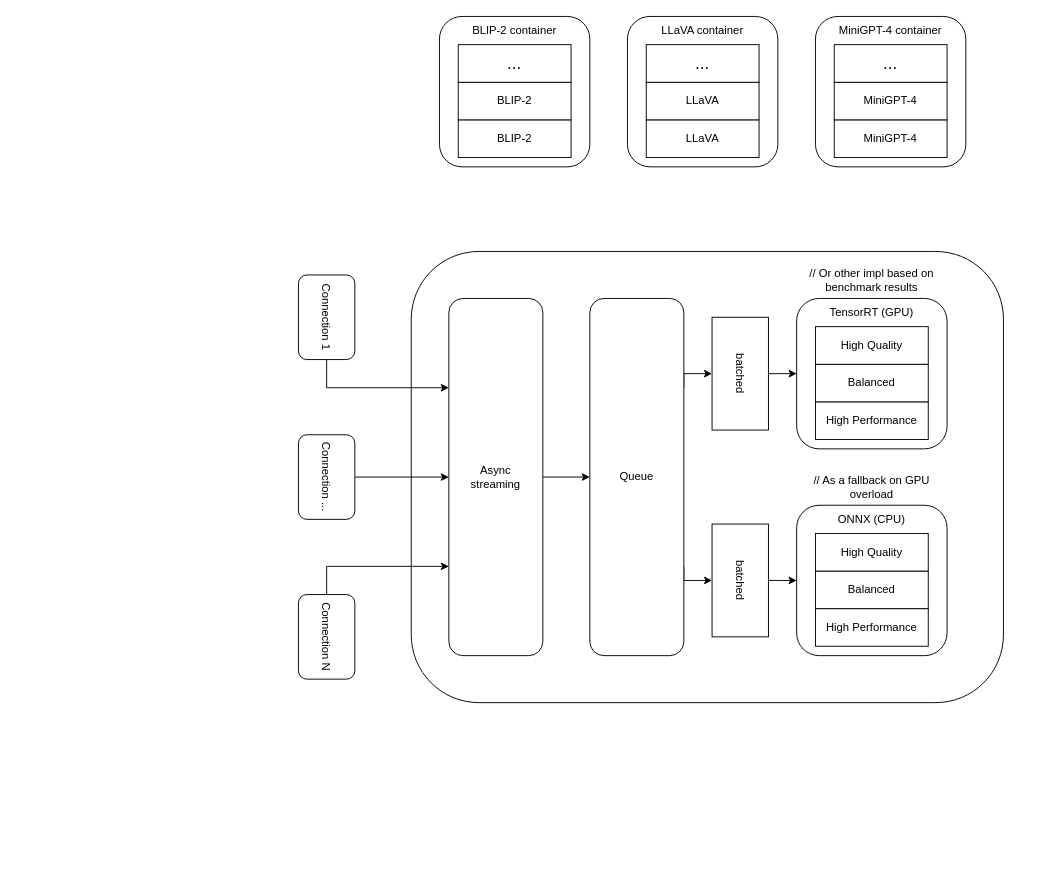
BaronVice/schemas keeps this draw.io diagram as Диаграмма без названия.drawio. Above is the earlier version. Source tidied: cells renumbered, new cells numbered last; positions are measured from the earlier drawing's top-left corner, leaving out a move shared by most shapes. Both pictures are drawn from the tidied source at 94%, with x=0, y=0 at pixel (284, 16).
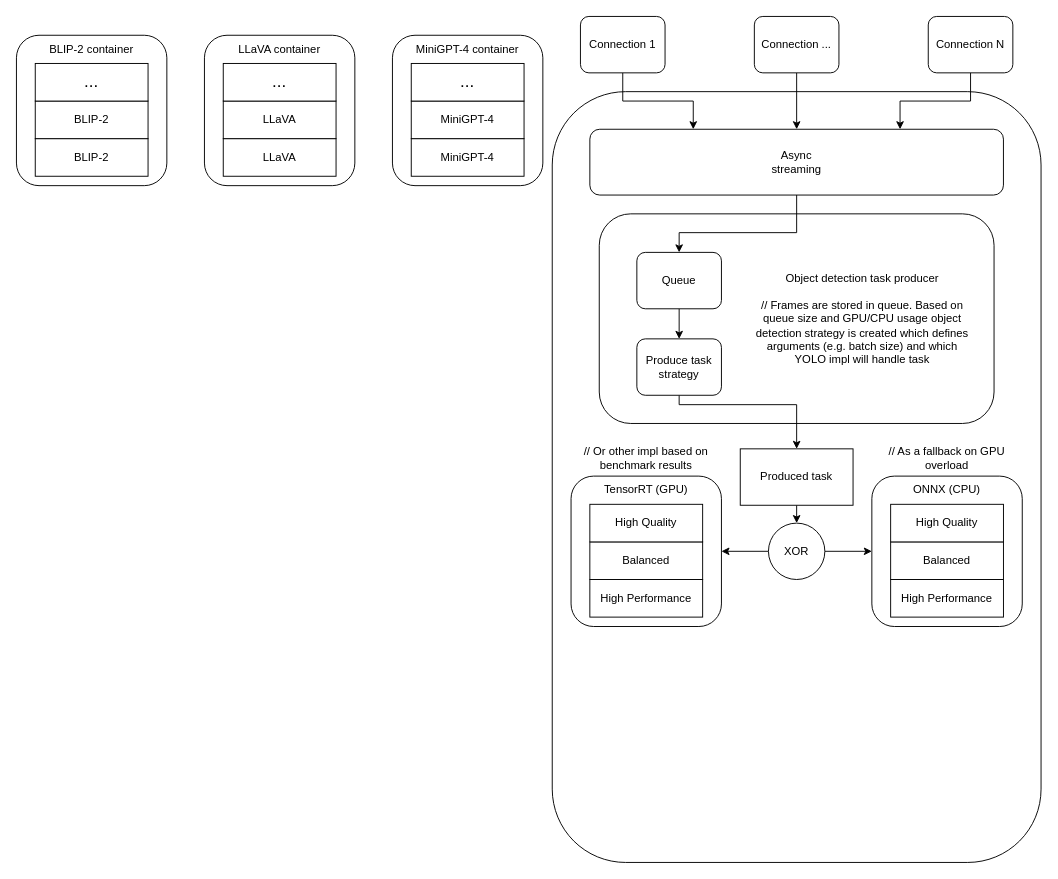
Above is the later version.

What changed in the source:
```diff
@@
     <mxCell id="2" style="rounded=1;whiteSpace=wrap;html=1;" parent="1" vertex="1">
-      <mxGeometry x="165" width="160" height="160" as="geometry" />
+      <mxGeometry x="-285" y="20" width="160" height="160" as="geometry" />
     </mxCell>
     <mxCell id="3" value="BLIP-2" style="rounded=0;whiteSpace=wrap;html=1;" parent="1" vertex="1">
-      <mxGeometry x="185" y="110" width="120" height="40" as="geometry" />
+      <mxGeometry x="-265" y="130" width="120" height="40" as="geometry" />
     </mxCell>
     <mxCell id="4" value="BLIP-2" style="rounded=0;whiteSpace=wrap;html=1;" parent="1" vertex="1">
-      <mxGeometry x="185" y="70" width="120" height="40" as="geometry" />
+      <mxGeometry x="-265" y="90" width="120" height="40" as="geometry" />
     </mxCell>
     <mxCell id="5" value="&lt;font style=&quot;font-size: 18px;&quot;&gt;...&lt;/font&gt;" style="rounded=0;whiteSpace=wrap;html=1;" parent="1" vertex="1">
-      <mxGeometry x="185" y="30" width="120" height="40" as="geometry" />
+      <mxGeometry x="-265" y="50" width="120" height="40" as="geometry" />
     </mxCell>
     <mxCell id="6" value="BLIP-2 container" style="text;html=1;align=center;verticalAlign=middle;whiteSpace=wrap;rounded=0;" parent="1" vertex="1">
-      <mxGeometry x="185" width="120" height="30" as="geometry" />
+      <mxGeometry x="-265" y="20" width="120" height="30" as="geometry" />
     </mxCell>
     <mxCell id="7" style="rounded=1;whiteSpace=wrap;html=1;" parent="1" vertex="1">
-      <mxGeometry x="365" width="160" height="160" as="geometry" />
+      <mxGeometry x="-85" y="20" width="160" height="160" as="geometry" />
     </mxCell>
     <mxCell id="8" value="LLaVA" style="rounded=0;whiteSpace=wrap;html=1;" parent="1" vertex="1">
-      <mxGeometry x="385" y="110" width="120" height="40" as="geometry" />
+      <mxGeometry x="-65" y="130" width="120" height="40" as="geometry" />
     </mxCell>
     <mxCell id="9" value="LLaVA" style="rounded=0;whiteSpace=wrap;html=1;" parent="1" vertex="1">
-      <mxGeometry x="385" y="70" width="120" height="40" as="geometry" />
+      <mxGeometry x="-65" y="90" width="120" height="40" as="geometry" />
     </mxCell>
     <mxCell id="10" value="&lt;font style=&quot;font-size: 18px;&quot;&gt;...&lt;/font&gt;" style="rounded=0;whiteSpace=wrap;html=1;" parent="1" vertex="1">
-      <mxGeometry x="385" y="30" width="120" height="40" as="geometry" />
+      <mxGeometry x="-65" y="50" width="120" height="40" as="geometry" />
     </mxCell>
     <mxCell id="11" value="LLaVA container" style="text;html=1;align=center;verticalAlign=middle;whiteSpace=wrap;rounded=0;" parent="1" vertex="1">
-      <mxGeometry x="385" width="120" height="30" as="geometry" />
+      <mxGeometry x="-65" y="20" width="120" height="30" as="geometry" />
     </mxCell>
     <mxCell id="12" style="rounded=1;whiteSpace=wrap;html=1;" parent="1" vertex="1">
-      <mxGeometry x="565" width="160" height="160" as="geometry" />
+      <mxGeometry x="115" y="20" width="160" height="160" as="geometry" />
     </mxCell>
     <mxCell id="13" value="MiniGPT-4" style="rounded=0;whiteSpace=wrap;html=1;" parent="1" vertex="1">
-      <mxGeometry x="585" y="110" width="120" height="40" as="geometry" />
+      <mxGeometry x="135" y="130" width="120" height="40" as="geometry" />
     </mxCell>
     <mxCell id="14" value="MiniGPT-4" style="rounded=0;whiteSpace=wrap;html=1;" parent="1" vertex="1">
-      <mxGeometry x="585" y="70" width="120" height="40" as="geometry" />
+      <mxGeometry x="135" y="90" width="120" height="40" as="geometry" />
     </mxCell>
     <mxCell id="15" value="&lt;font style=&quot;font-size: 18px;&quot;&gt;...&lt;/font&gt;" style="rounded=0;whiteSpace=wrap;html=1;" parent="1" vertex="1">
-      <mxGeometry x="585" y="30" width="120" height="40" as="geometry" />
+      <mxGeometry x="135" y="50" width="120" height="40" as="geometry" />
     </mxCell>
     <mxCell id="16" value="MiniGPT-4 container" style="text;html=1;align=center;verticalAlign=middle;whiteSpace=wrap;rounded=0;" parent="1" vertex="1">
-      <mxGeometry x="585" width="120" height="30" as="geometry" />
+      <mxGeometry x="135" y="20" width="120" height="30" as="geometry" />
     </mxCell>
-    <mxCell id="17" style="rounded=1;whiteSpace=wrap;html=1;" parent="1" vertex="1">
-      <mxGeometry x="135" y="250" width="630" height="480" as="geometry" />
+    <mxCell id="17" style="rounded=1;whiteSpace=wrap;html=1;rotation=90;" parent="1" vertex="1">
+      <mxGeometry x="135" y="230" width="820" height="520" as="geometry" />
     </mxCell>
-    <mxCell id="18" style="edgeStyle=orthogonalEdgeStyle;rounded=0;jettySize=auto;html=1;exitX=1;exitY=0.25;exitDx=0;exitDy=0;entryX=0.5;entryY=1;entryDx=0;entryDy=0;" parent="1" edge="1" source="20" target="33">
-      <mxGeometry relative="1" as="geometry">
-        <Array as="points">
-          <mxPoint x="425" y="380" />
-        </Array>
-      </mxGeometry>
-    </mxCell>
-    <mxCell id="19" style="edgeStyle=orthogonalEdgeStyle;rounded=0;jettySize=auto;html=1;exitX=1;exitY=0.75;exitDx=0;exitDy=0;entryX=0.5;entryY=1;entryDx=0;entryDy=0;" parent="1" edge="1" source="20" target="35">
-      <mxGeometry relative="1" as="geometry">
-        <Array as="points">
-          <mxPoint x="425" y="600" />
-        </Array>
-      </mxGeometry>
-    </mxCell>
-    <mxCell id="20" value="Queue" style="rounded=1;whiteSpace=wrap;html=1;" parent="1" vertex="1">
-      <mxGeometry x="325" y="300" width="100" height="380" as="geometry" />
+    <mxCell id="20" style="rounded=1;whiteSpace=wrap;html=1;" parent="1" vertex="1">
+      <mxGeometry x="335" y="210" width="420" height="223" as="geometry" />
     </mxCell>
     <mxCell id="21" style="rounded=1;whiteSpace=wrap;html=1;" parent="1" vertex="1">
-      <mxGeometry x="545" y="300" width="160" height="160" as="geometry" />
+      <mxGeometry x="305" y="489" width="160" height="160" as="geometry" />
     </mxCell>
     <mxCell id="22" value="High Performance" style="rounded=0;whiteSpace=wrap;html=1;" parent="1" vertex="1">
-      <mxGeometry x="565" y="410" width="120" height="40" as="geometry" />
+      <mxGeometry x="325" y="599" width="120" height="40" as="geometry" />
     </mxCell>
     <mxCell id="23" value="Balanced" style="rounded=0;whiteSpace=wrap;html=1;" parent="1" vertex="1">
-      <mxGeometry x="565" y="370" width="120" height="40" as="geometry" />
+      <mxGeometry x="325" y="559" width="120" height="40" as="geometry" />
     </mxCell>
     <mxCell id="24" value="High Quality" style="rounded=0;whiteSpace=wrap;html=1;" parent="1" vertex="1">
-      <mxGeometry x="565" y="330" width="120" height="40" as="geometry" />
+      <mxGeometry x="325" y="519" width="120" height="40" as="geometry" />
     </mxCell>
     <mxCell id="25" value="TensorRT (GPU)" style="text;html=1;align=center;verticalAlign=middle;whiteSpace=wrap;rounded=0;" parent="1" vertex="1">
-      <mxGeometry x="565" y="300" width="120" height="30" as="geometry" />
+      <mxGeometry x="325" y="489" width="120" height="30" as="geometry" />
     </mxCell>
     <mxCell id="26" value="// Or other impl based on benchmark results" style="text;html=1;align=center;verticalAlign=middle;whiteSpace=wrap;rounded=0;" parent="1" vertex="1">
-      <mxGeometry x="545" y="266" width="160" height="30" as="geometry" />
+      <mxGeometry x="305" y="455" width="160" height="30" as="geometry" />
     </mxCell>
     <mxCell id="27" style="rounded=1;whiteSpace=wrap;html=1;" parent="1" vertex="1">
-      <mxGeometry x="545" y="520" width="160" height="160" as="geometry" />
+      <mxGeometry x="625" y="489" width="160" height="160" as="geometry" />
     </mxCell>
     <mxCell id="28" value="High Performance" style="rounded=0;whiteSpace=wrap;html=1;" parent="1" vertex="1">
-      <mxGeometry x="565" y="630" width="120" height="40" as="geometry" />
+      <mxGeometry x="645" y="599" width="120" height="40" as="geometry" />
     </mxCell>
     <mxCell id="29" value="Balanced" style="rounded=0;whiteSpace=wrap;html=1;" parent="1" vertex="1">
-      <mxGeometry x="565" y="590" width="120" height="40" as="geometry" />
+      <mxGeometry x="645" y="559" width="120" height="40" as="geometry" />
     </mxCell>
     <mxCell id="30" value="High Quality" style="rounded=0;whiteSpace=wrap;html=1;" parent="1" vertex="1">
-      <mxGeometry x="565" y="550" width="120" height="40" as="geometry" />
+      <mxGeometry x="645" y="519" width="120" height="40" as="geometry" />
     </mxCell>
     <mxCell id="31" value="ONNX (CPU)" style="text;html=1;align=center;verticalAlign=middle;whiteSpace=wrap;rounded=0;" parent="1" vertex="1">
-      <mxGeometry x="565" y="520" width="120" height="30" as="geometry" />
+      <mxGeometry x="645" y="489" width="120" height="30" as="geometry" />
     </mxCell>
-    <mxCell id="32" style="edgeStyle=orthogonalEdgeStyle;rounded=0;jettySize=auto;html=1;exitX=0.5;exitY=0;exitDx=0;exitDy=0;entryX=0;entryY=0.5;entryDx=0;entryDy=0;" parent="1" edge="1" source="33" target="21">
-      <mxGeometry relative="1" as="geometry" />
-    </mxCell>
-    <mxCell id="33" value="batched" style="rounded=0;whiteSpace=wrap;html=1;rotation=90;" parent="1" vertex="1">
-      <mxGeometry x="425" y="350" width="120" height="60" as="geometry" />
-    </mxCell>
-    <mxCell id="34" style="edgeStyle=orthogonalEdgeStyle;rounded=0;jettySize=auto;html=1;exitX=0.5;exitY=0;exitDx=0;exitDy=0;entryX=0;entryY=0.5;entryDx=0;entryDy=0;" parent="1" edge="1" source="35" target="27">
-      <mxGeometry relative="1" as="geometry" />
-    </mxCell>
-    <mxCell id="35" value="batched" style="rounded=0;whiteSpace=wrap;html=1;rotation=90;" parent="1" vertex="1">
-      <mxGeometry x="425" y="570" width="120" height="60" as="geometry" />
-    </mxCell>
     <mxCell id="36" value="// As a fallback on GPU overload" style="text;html=1;align=center;verticalAlign=middle;whiteSpace=wrap;rounded=0;" parent="1" vertex="1">
-      <mxGeometry x="545" y="486" width="160" height="30" as="geometry" />
+      <mxGeometry x="625" y="455" width="160" height="30" as="geometry" />
     </mxCell>
-    <mxCell id="37" style="edgeStyle=orthogonalEdgeStyle;rounded=0;jettySize=auto;html=1;exitX=1;exitY=0.5;exitDx=0;exitDy=0;entryX=0;entryY=0.5;entryDx=0;entryDy=0;" parent="1" edge="1" source="38" target="20">
-      <mxGeometry relative="1" as="geometry" />
-    </mxCell>
+    <mxCell id="45" style="edgeStyle=orthogonalEdgeStyle;rounded=0;jettySize=auto;html=1;exitX=0.5;exitY=1;exitDx=0;exitDy=0;entryX=0.5;entryY=0;entryDx=0;entryDy=0;" parent="1" edge="1" source="38" target="47">
+      <mxGeometry relative="1" as="geometry">
+        <Array as="points">
+          <mxPoint x="545" y="230" />
+          <mxPoint x="420" y="230" />
+        </Array>
+      </mxGeometry>
+    </mxCell>
     <mxCell id="38" value="&lt;div&gt;Async&lt;/div&gt;&lt;div&gt;streaming&lt;/div&gt;" style="rounded=1;whiteSpace=wrap;html=1;" parent="1" vertex="1">
-      <mxGeometry x="175" y="300" width="100" height="380" as="geometry" />
+      <mxGeometry x="325" y="120" width="440" height="70" as="geometry" />
     </mxCell>
-    <mxCell id="39" style="edgeStyle=orthogonalEdgeStyle;rounded=0;jettySize=auto;html=1;exitX=1;exitY=0.5;exitDx=0;exitDy=0;entryX=0;entryY=0.25;entryDx=0;entryDy=0;" parent="1" edge="1" source="40" target="38">
+    <mxCell id="39" style="edgeStyle=orthogonalEdgeStyle;rounded=0;jettySize=auto;html=1;exitX=0.5;exitY=1;exitDx=0;exitDy=0;entryX=0.25;entryY=0;entryDx=0;entryDy=0;" parent="1" edge="1" source="40" target="38">
       <mxGeometry relative="1" as="geometry" />
     </mxCell>
-    <mxCell id="40" value="&lt;div&gt;Connection 1&lt;/div&gt;" style="rounded=1;whiteSpace=wrap;html=1;rotation=90;" parent="1" vertex="1">
-      <mxGeometry y="290" width="90" height="60" as="geometry" />
+    <mxCell id="40" value="&lt;div&gt;Connection 1&lt;/div&gt;" style="rounded=1;whiteSpace=wrap;html=1;rotation=0;" parent="1" vertex="1">
+      <mxGeometry x="315" width="90" height="60" as="geometry" />
     </mxCell>
-    <mxCell id="41" style="edgeStyle=orthogonalEdgeStyle;rounded=0;jettySize=auto;html=1;exitX=0.5;exitY=0;exitDx=0;exitDy=0;entryX=0;entryY=0.5;entryDx=0;entryDy=0;" parent="1" edge="1" source="42" target="38">
+    <mxCell id="41" style="edgeStyle=orthogonalEdgeStyle;rounded=0;jettySize=auto;html=1;exitX=0.5;exitY=1;exitDx=0;exitDy=0;entryX=0.5;entryY=0;entryDx=0;entryDy=0;" parent="1" edge="1" source="42" target="38">
       <mxGeometry relative="1" as="geometry" />
     </mxCell>
-    <mxCell id="42" value="&lt;div&gt;Connection ...&lt;/div&gt;" style="rounded=1;whiteSpace=wrap;html=1;rotation=90;" parent="1" vertex="1">
-      <mxGeometry y="460" width="90" height="60" as="geometry" />
+    <mxCell id="42" value="&lt;div&gt;Connection ...&lt;/div&gt;" style="rounded=1;whiteSpace=wrap;html=1;rotation=0;" parent="1" vertex="1">
+      <mxGeometry x="500" width="90" height="60" as="geometry" />
     </mxCell>
-    <mxCell id="43" style="edgeStyle=orthogonalEdgeStyle;rounded=0;jettySize=auto;html=1;exitX=0;exitY=0.5;exitDx=0;exitDy=0;entryX=0;entryY=0.75;entryDx=0;entryDy=0;" parent="1" edge="1" source="44" target="38">
+    <mxCell id="43" style="edgeStyle=orthogonalEdgeStyle;rounded=0;jettySize=auto;html=1;exitX=0.5;exitY=1;exitDx=0;exitDy=0;entryX=0.75;entryY=0;entryDx=0;entryDy=0;" parent="1" edge="1" source="44" target="38">
       <mxGeometry relative="1" as="geometry" />
     </mxCell>
-    <mxCell id="44" value="&lt;div&gt;Connection N&lt;/div&gt;" style="rounded=1;whiteSpace=wrap;html=1;rotation=90;" parent="1" vertex="1">
-      <mxGeometry y="630" width="90" height="60" as="geometry" />
+    <mxCell id="44" value="&lt;div&gt;Connection N&lt;/div&gt;" style="rounded=1;whiteSpace=wrap;html=1;rotation=0;" parent="1" vertex="1">
+      <mxGeometry x="685" width="90" height="60" as="geometry" />
     </mxCell>
+    <mxCell id="46" style="edgeStyle=orthogonalEdgeStyle;rounded=0;jettySize=auto;html=1;exitX=0.5;exitY=1;exitDx=0;exitDy=0;entryX=0.5;entryY=0;entryDx=0;entryDy=0;" parent="1" edge="1" source="47" target="50">
+      <mxGeometry relative="1" as="geometry" />
+    </mxCell>
+    <mxCell id="47" value="Queue" style="rounded=1;whiteSpace=wrap;html=1;" parent="1" vertex="1">
+      <mxGeometry x="375" y="251" width="90" height="60" as="geometry" />
+    </mxCell>
+    <mxCell id="48" value="&lt;div&gt;Object detection task producer&lt;/div&gt;&lt;div&gt;&lt;br&gt;&lt;/div&gt;&lt;div&gt;// Frames are stored in queue. Based on queue size and GPU/CPU usage object detection strategy is created which defines arguments (e.g. batch size) and which YOLO impl will handle task&lt;/div&gt;" style="text;html=1;align=center;verticalAlign=middle;whiteSpace=wrap;rounded=0;" parent="1" vertex="1">
+      <mxGeometry x="495" y="251.5" width="240" height="140" as="geometry" />
+    </mxCell>
+    <mxCell id="49" style="edgeStyle=orthogonalEdgeStyle;rounded=0;jettySize=auto;html=1;exitX=0.5;exitY=1;exitDx=0;exitDy=0;entryX=0.5;entryY=0;entryDx=0;entryDy=0;" parent="1" edge="1" source="50" target="52">
+      <mxGeometry relative="1" as="geometry">
+        <Array as="points">
+          <mxPoint x="420" y="413" />
+          <mxPoint x="545" y="413" />
+        </Array>
+      </mxGeometry>
+    </mxCell>
+    <mxCell id="50" value="Produce task strategy" style="rounded=1;whiteSpace=wrap;html=1;" parent="1" vertex="1">
+      <mxGeometry x="375" y="343" width="90" height="60" as="geometry" />
+    </mxCell>
+    <mxCell id="51" style="edgeStyle=orthogonalEdgeStyle;rounded=0;jettySize=auto;html=1;exitX=0.5;exitY=1;exitDx=0;exitDy=0;entryX=0.5;entryY=0;entryDx=0;entryDy=0;" parent="1" edge="1" source="52" target="55">
+      <mxGeometry relative="1" as="geometry" />
+    </mxCell>
+    <mxCell id="52" value="Produced task" style="rounded=0;whiteSpace=wrap;html=1;" parent="1" vertex="1">
+      <mxGeometry x="485" y="460" width="120" height="60" as="geometry" />
+    </mxCell>
+    <mxCell id="53" style="edgeStyle=orthogonalEdgeStyle;rounded=0;jettySize=auto;html=1;exitX=0;exitY=0.5;exitDx=0;exitDy=0;entryX=1;entryY=0.5;entryDx=0;entryDy=0;" parent="1" edge="1" source="55" target="21">
+      <mxGeometry relative="1" as="geometry" />
+    </mxCell>
+    <mxCell id="54" style="edgeStyle=orthogonalEdgeStyle;rounded=0;jettySize=auto;html=1;exitX=1;exitY=0.5;exitDx=0;exitDy=0;entryX=0;entryY=0.5;entryDx=0;entryDy=0;" parent="1" edge="1" source="55" target="27">
+      <mxGeometry relative="1" as="geometry" />
+    </mxCell>
+    <mxCell id="55" value="XOR" style="ellipse;whiteSpace=wrap;html=1;" parent="1" vertex="1">
+      <mxGeometry x="515" y="539" width="60" height="60" as="geometry" />
+    </mxCell>
```
